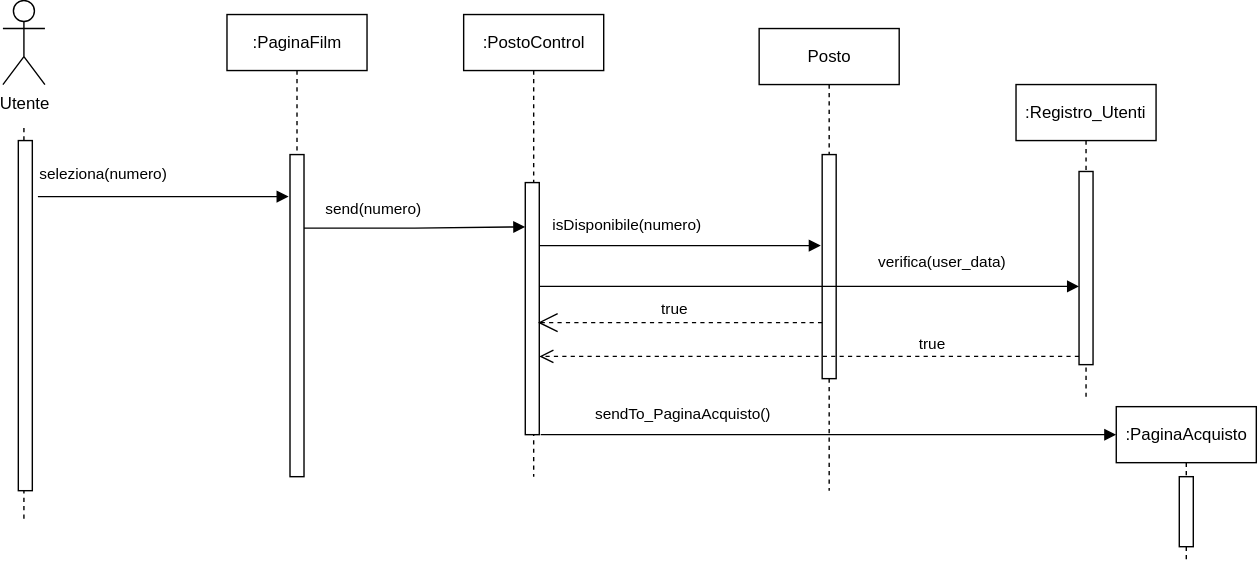
Above: document temp/Sequence Diagrams/SD_SelezionaPosto.svg in dop654/CinePlex (draw.io), before the change. Source tidied: cells renumbered, new cells last; positions are measured from the earlier drawing's top-left corner, leaving out a move shared by most shapes.
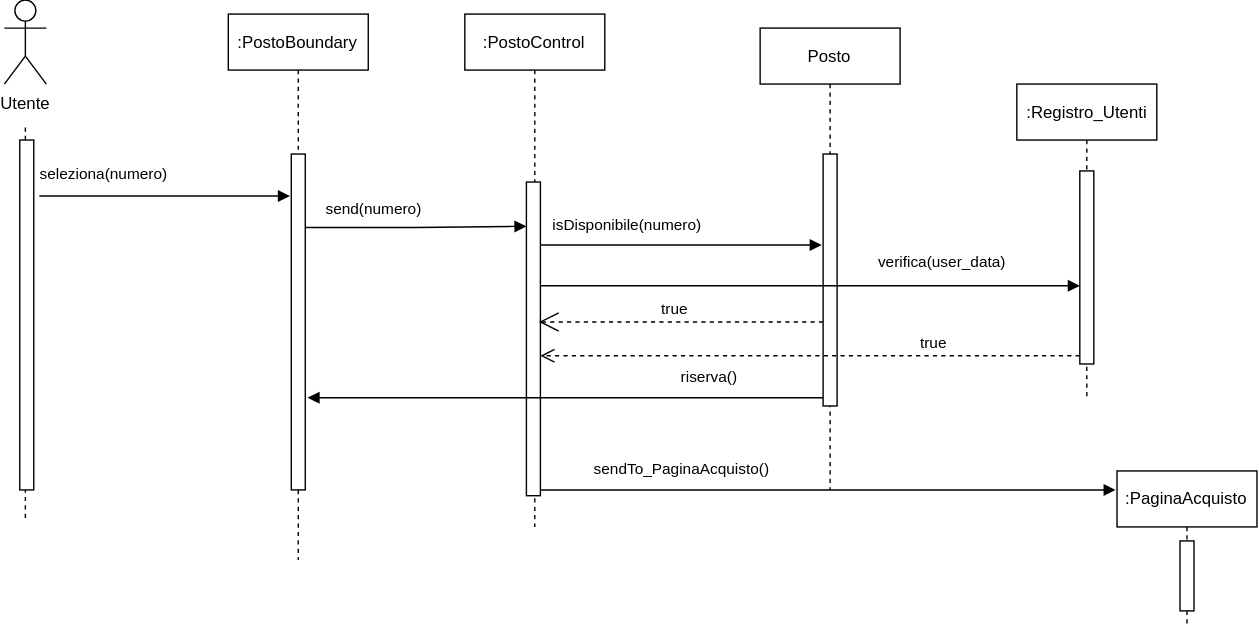
The same file after the commit.

What changed in the source:
```diff
@@ -5,18 +5,18 @@
     <mxCell id="2" value="Utente" style="shape=umlActor;verticalLabelPosition=bottom;verticalAlign=top;html=1;labelPerimeter=1;" parent="1" vertex="1">
       <mxGeometry x="-0.4" y="-0.1" width="30" height="60" as="geometry" />
     </mxCell>
-    <mxCell id="3" style="line;strokeWidth=1;fillColor=none;align=left;verticalAlign=middle;spacingTop=-1;spacingLeft=3;spacingRight=3;labelPosition=right;strokeColor=inherit;labelPerimeter=1;flipV=1;legacyAnchorPoints=0;direction=south;dashed=1;" parent="1" vertex="1">
-      <mxGeometry x="10.6" y="89.9" width="8" height="280" as="geometry" />
-    </mxCell>
-    <mxCell id="4" style="html=1;perimeter=orthogonalPerimeter;targetShapes=umlLifeline;newEdgeStyle={&quot;edgeStyle&quot;:&quot;sequenceEdgeStyle&quot;,&quot;libavoidRouting&quot;:0,&quot;curved&quot;:0,&quot;rounded&quot;:0};" parent="1" vertex="1">
-      <mxGeometry x="10.6" y="99.9" width="10" height="250" as="geometry" />
-    </mxCell>
-    <mxCell id="5" value=":PaginaFilm" style="shape=umlLifeline;perimeter=lifelinePerimeter;whiteSpace=wrap;html=1;newEdgeStyle={&quot;edgeStyle&quot;:&quot;sequenceEdgeStyle&quot;,&quot;libavoidRouting&quot;:0,&quot;curved&quot;:0,&quot;rounded&quot;:0};" parent="1" vertex="1">
-      <mxGeometry x="159.6" y="9.9" width="100" height="330" as="geometry" />
-    </mxCell>
-    <mxCell id="6" style="html=1;perimeter=orthogonalPerimeter;targetShapes=umlLifeline;newEdgeStyle={&quot;edgeStyle&quot;:&quot;sequenceEdgeStyle&quot;,&quot;libavoidRouting&quot;:0,&quot;curved&quot;:0,&quot;rounded&quot;:0};" parent="5" vertex="1">
-      <mxGeometry x="45" y="100" width="10" height="230" as="geometry" />
-    </mxCell>
+    <mxCell id="22" style="line;strokeWidth=1;fillColor=none;align=left;verticalAlign=middle;spacingTop=-1;spacingLeft=3;spacingRight=3;labelPosition=right;strokeColor=inherit;labelPerimeter=1;flipV=1;legacyAnchorPoints=0;direction=south;dashed=1;" parent="1" vertex="1">
+      <mxGeometry x="10.6" y="89.9" width="8" height="280" as="geometry" />
+    </mxCell>
+    <mxCell id="23" style="html=1;perimeter=orthogonalPerimeter;targetShapes=umlLifeline;newEdgeStyle={&quot;edgeStyle&quot;:&quot;sequenceEdgeStyle&quot;,&quot;libavoidRouting&quot;:0,&quot;curved&quot;:0,&quot;rounded&quot;:0};" parent="1" vertex="1">
+      <mxGeometry x="10.6" y="99.9" width="10" height="250" as="geometry" />
+    </mxCell>
+    <mxCell id="24" value=":PostoBoundary" style="shape=umlLifeline;perimeter=lifelinePerimeter;whiteSpace=wrap;html=1;newEdgeStyle={&quot;edgeStyle&quot;:&quot;sequenceEdgeStyle&quot;,&quot;libavoidRouting&quot;:0,&quot;curved&quot;:0,&quot;rounded&quot;:0};" parent="1" vertex="1">
+      <mxGeometry x="159.6" y="9.9" width="100" height="390" as="geometry" />
+    </mxCell>
+    <mxCell id="25" style="html=1;perimeter=orthogonalPerimeter;targetShapes=umlLifeline;newEdgeStyle={&quot;edgeStyle&quot;:&quot;sequenceEdgeStyle&quot;,&quot;libavoidRouting&quot;:0,&quot;curved&quot;:0,&quot;rounded&quot;:0};" parent="24" vertex="1">
+      <mxGeometry x="45" y="100" width="10" height="240" as="geometry" />
+    </mxCell>
     <mxCell id="7" value="seleziona(numero)" style="endArrow=block;endFill=1;html=1;edgeStyle=orthogonalEdgeStyle;align=left;verticalAlign=top;rounded=0;defaultLabelBackgroundColor=page;" parent="1" edge="1">
       <mxGeometry x="-1" y="29" relative="1" as="geometry">
         <mxPoint x="24.6" y="139.9" as="sourcePoint" />
@@ -25,12 +25,12 @@
       </mxGeometry>
     </mxCell>
     <mxCell id="8" value=":PostoControl" style="shape=umlLifeline;perimeter=lifelinePerimeter;whiteSpace=wrap;html=1;newEdgeStyle={&quot;edgeStyle&quot;:&quot;sequenceEdgeStyle&quot;,&quot;libavoidRouting&quot;:0,&quot;curved&quot;:0,&quot;rounded&quot;:0};" parent="1" vertex="1">
-      <mxGeometry x="328.6" y="9.9" width="100" height="330" as="geometry" />
+      <mxGeometry x="328.6" y="9.9" width="100" height="366.4" as="geometry" />
     </mxCell>
-    <mxCell id="9" style="html=1;points=[[0,0,0,0,5],[0,1,0,0,-5],[1,0,0,0,5],[1,1,0,0,-5]];perimeter=orthogonalPerimeter;outlineConnect=0;targetShapes=umlLifeline;portConstraint=eastwest;newEdgeStyle={&quot;edgeStyle&quot;:&quot;sequenceEdgeStyle&quot;,&quot;libavoidRouting&quot;:0,&quot;curved&quot;:0,&quot;rounded&quot;:0};" parent="8" vertex="1">
-      <mxGeometry x="44" y="120" width="10" height="180" as="geometry" />
-    </mxCell>
+    <mxCell id="26" style="html=1;points=[[0,0,0,0,5],[0,1,0,0,-5],[1,0,0,0,5],[1,1,0,0,-5]];perimeter=orthogonalPerimeter;outlineConnect=0;targetShapes=umlLifeline;portConstraint=eastwest;newEdgeStyle={&quot;edgeStyle&quot;:&quot;sequenceEdgeStyle&quot;,&quot;libavoidRouting&quot;:0,&quot;curved&quot;:0,&quot;rounded&quot;:0};" parent="8" vertex="1">
+      <mxGeometry x="44" y="120" width="10" height="224.1" as="geometry" />
+    </mxCell>
-    <mxCell id="10" value="send&lt;span style=&quot;text-align: left;&quot;&gt;(numero&lt;/span&gt;&lt;span style=&quot;text-align: left; background-color: transparent; color: light-dark(#000000, var(--ge-light-color, #ffffff));&quot;&gt;)&lt;/span&gt;" style="html=1;verticalAlign=bottom;endArrow=block;edgeStyle=sequenceEdgeStyle;libavoidRouting=0;curved=0;rounded=0;entryX=0;entryY=0;entryDx=0;entryDy=31.62902945552014;defaultLabelBackgroundColor=page;" parent="1" edge="1" target="9">
+    <mxCell id="10" value="send&lt;span style=&quot;text-align: left;&quot;&gt;(numero&lt;/span&gt;&lt;span style=&quot;text-align: left; background-color: transparent; color: light-dark(#000000, var(--ge-light-color, #ffffff));&quot;&gt;)&lt;/span&gt;" style="html=1;verticalAlign=bottom;endArrow=block;edgeStyle=sequenceEdgeStyle;libavoidRouting=0;curved=0;rounded=0;entryX=0;entryY=0;entryDx=0;entryDy=31.62902945552014;defaultLabelBackgroundColor=page;" parent="1" edge="1" target="26">
       <mxGeometry x="-0.38" y="4" relative="1" as="geometry">
         <mxPoint x="214.6" y="162.4" as="sourcePoint" />
         <Array as="points">
@@ -41,9 +41,9 @@
     <mxCell id="11" value="Posto" style="shape=umlLifeline;perimeter=lifelinePerimeter;whiteSpace=wrap;html=1;newEdgeStyle={&quot;edgeStyle&quot;:&quot;sequenceEdgeStyle&quot;,&quot;libavoidRouting&quot;:0,&quot;curved&quot;:0,&quot;rounded&quot;:0};" parent="1" vertex="1">
       <mxGeometry x="539.6" y="19.9" width="100" height="330" as="geometry" />
     </mxCell>
-    <mxCell id="12" style="html=1;perimeter=orthogonalPerimeter;targetShapes=umlLifeline;newEdgeStyle={&quot;edgeStyle&quot;:&quot;sequenceEdgeStyle&quot;,&quot;libavoidRouting&quot;:0,&quot;curved&quot;:0,&quot;rounded&quot;:0};" parent="11" vertex="1">
-      <mxGeometry x="45" y="90" width="10" height="160" as="geometry" />
-    </mxCell>
+    <mxCell id="27" style="html=1;perimeter=orthogonalPerimeter;targetShapes=umlLifeline;newEdgeStyle={&quot;edgeStyle&quot;:&quot;sequenceEdgeStyle&quot;,&quot;libavoidRouting&quot;:0,&quot;curved&quot;:0,&quot;rounded&quot;:0};" parent="11" vertex="1">
+      <mxGeometry x="45" y="90" width="10" height="180" as="geometry" />
+    </mxCell>
     <mxCell id="13" value="isDisponibile(numero)" style="html=1;verticalAlign=bottom;endArrow=block;edgeStyle=sequenceEdgeStyle;libavoidRouting=0;curved=0;rounded=0;entryX=0;entryY=0;entryDx=0;entryDy=45;defaultLabelBackgroundColor=page;" parent="1" edge="1">
       <mxGeometry x="-0.39" y="6" relative="1" as="geometry">
         <mxPoint x="382.6" y="174.9" as="sourcePoint" />
@@ -58,27 +58,27 @@
         <mxPoint x="584.6" y="229.9" as="sourcePoint" />
         <mxPoint x="381.6" y="229.9" as="targetPoint" />
         <Array as="points">
-          <mxPoint x="552" y="229.9" />
+          <mxPoint x="552.1" y="229.9" />
         </Array>
       </mxGeometry>
     </mxCell>
     <mxCell id="15" value=":PaginaAcquisto" style="shape=umlLifeline;perimeter=lifelinePerimeter;whiteSpace=wrap;html=1;newEdgeStyle={&quot;edgeStyle&quot;:&quot;sequenceEdgeStyle&quot;,&quot;libavoidRouting&quot;:0,&quot;curved&quot;:0,&quot;rounded&quot;:0};" parent="1" vertex="1">
-      <mxGeometry x="794.6" y="289.9" width="100" height="110" as="geometry" />
+      <mxGeometry x="794.6" y="336.3" width="100" height="110" as="geometry" />
     </mxCell>
     <mxCell id="16" style="html=1;perimeter=orthogonalPerimeter;targetShapes=umlLifeline;newEdgeStyle={&quot;edgeStyle&quot;:&quot;sequenceEdgeStyle&quot;,&quot;libavoidRouting&quot;:0,&quot;curved&quot;:0,&quot;rounded&quot;:0};" parent="15" vertex="1">
       <mxGeometry x="45" y="50" width="10" height="50" as="geometry" />
     </mxCell>
     <mxCell id="17" value="sendTo_PaginaAcquisto()" style="html=1;verticalAlign=bottom;endArrow=block;edgeStyle=sequenceEdgeStyle;libavoidRouting=0;curved=0;rounded=0;defaultLabelBackgroundColor=page;" parent="1" edge="1">
       <mxGeometry x="-0.51" y="6" relative="1" as="geometry">
-        <mxPoint x="383.6" y="309.9" as="sourcePoint" />
-        <mxPoint x="794.6" y="309.9" as="targetPoint" />
+        <mxPoint x="382.6" y="349.9" as="sourcePoint" />
+        <mxPoint x="793.6" y="349.9" as="targetPoint" />
         <Array as="points">
-          <mxPoint x="476.1" y="309.9" />
+          <mxPoint x="588.1" y="349.9" />
         </Array>
       </mxGeometry>
     </mxCell>
     <mxCell id="18" value=":Registro_Utenti" style="shape=umlLifeline;perimeter=lifelinePerimeter;whiteSpace=wrap;html=1;newEdgeStyle={&quot;edgeStyle&quot;:&quot;sequenceEdgeStyle&quot;,&quot;libavoidRouting&quot;:0,&quot;curved&quot;:0,&quot;rounded&quot;:0};" parent="1" vertex="1">
-      <mxGeometry x="723" y="59.9" width="100" height="224.1" as="geometry" />
+      <mxGeometry x="723.1" y="59.9" width="100" height="224.1" as="geometry" />
     </mxCell>
     <mxCell id="19" style="html=1;perimeter=orthogonalPerimeter;targetShapes=umlLifeline;newEdgeStyle={&quot;edgeStyle&quot;:&quot;sequenceEdgeStyle&quot;,&quot;libavoidRouting&quot;:0,&quot;curved&quot;:0,&quot;rounded&quot;:0};" parent="18" vertex="1">
       <mxGeometry x="45" y="62.1" width="10" height="137.9" as="geometry" />
@@ -86,16 +86,22 @@
     <mxCell id="20" value="verifica(user_data)" style="endArrow=block;endFill=1;html=1;edgeStyle=orthogonalEdgeStyle;align=left;verticalAlign=top;rounded=0;defaultLabelBackgroundColor=page;labelPadding=0 4;" parent="1" edge="1">
       <mxGeometry x="0.25" y="30" relative="1" as="geometry">
         <mxPoint x="382.6" y="204" as="sourcePoint" />
-        <mxPoint x="768" y="204" as="targetPoint" />
+        <mxPoint x="768.1" y="204" as="targetPoint" />
       </mxGeometry>
     </mxCell>
-    <mxCell id="21" value="true" style="html=1;verticalAlign=bottom;endArrow=open;dashed=1;endSize=8;edgeStyle=sequenceEdgeStyle;libavoidRouting=0;curved=0;rounded=0;defaultLabelBackgroundColor=page;labelPadding=0 4;" parent="1" edge="1" target="9">
+    <mxCell id="21" value="true" style="html=1;verticalAlign=bottom;endArrow=open;dashed=1;endSize=8;edgeStyle=sequenceEdgeStyle;libavoidRouting=0;curved=0;rounded=0;defaultLabelBackgroundColor=page;labelPadding=0 4;" parent="1" edge="1" target="26">
       <mxGeometry x="-0.46" relative="1" as="geometry">
-        <mxPoint x="768" y="254" as="sourcePoint" />
+        <mxPoint x="768.1" y="254" as="sourcePoint" />
         <Array as="points">
           <mxPoint x="575.3" y="254" />
         </Array>
       </mxGeometry>
     </mxCell>
+    <mxCell id="28" value="riserva()" style="endArrow=block;endFill=1;html=1;edgeStyle=orthogonalEdgeStyle;align=left;verticalAlign=top;rounded=0;defaultLabelBackgroundColor=page;labelPadding=0 4;" parent="1" edge="1">
+      <mxGeometry x="-0.44" y="-28" relative="1" as="geometry">
+        <mxPoint x="584.6" y="284" as="sourcePoint" />
+        <mxPoint x="216.3" y="284" as="targetPoint" />
+      </mxGeometry>
+    </mxCell>
   </root>
 </mxGraphModel>
```
